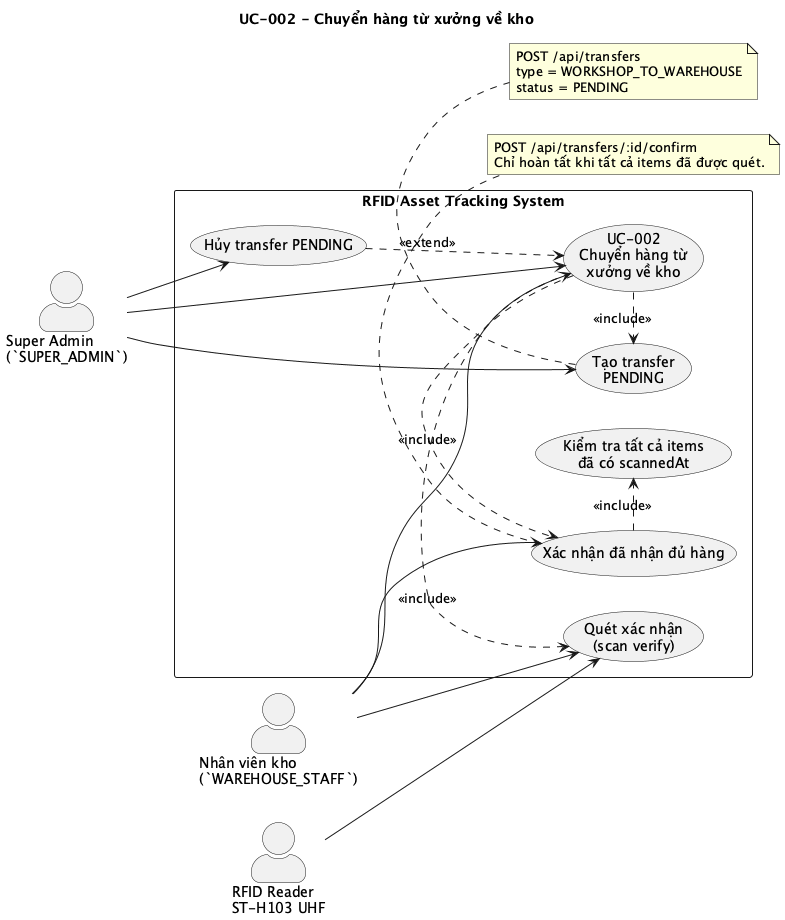
Before: docs/images/diagrams/uc-002-chuyen-hang-tu-xuong-ve-kho.png, a diagram exported from PlantUML (Tuoi-SE/rfid-app).
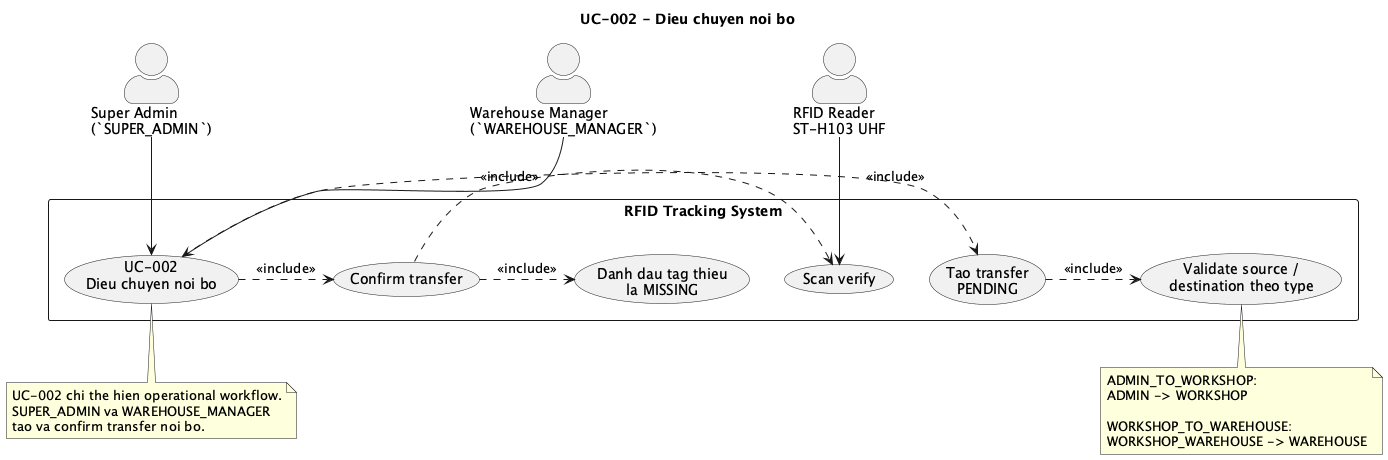
After the change.

Change to the diagram source:
```diff
@@ -1,47 +1,46 @@
 @startuml
-title UC-002 - Chuyển hàng từ xưởng về kho
+title UC-002 - Dieu chuyen noi bo
 
-left to right direction
+top to bottom direction
 skinparam shadowing false
 skinparam actorStyle awesome
 skinparam packageStyle rectangle
 
 actor "Super Admin\n(`SUPER_ADMIN`)" as SA
-actor "Nhân viên kho\n(`WAREHOUSE_STAFF`)" as WS
+actor "Warehouse Manager\n(`WAREHOUSE_MANAGER`)" as WM
 actor "RFID Reader\nST-H103 UHF" as Reader
 
-rectangle "RFID Asset Tracking System" {
-  usecase "UC-002\nChuyển hàng từ\nxưởng về kho" as Main
-  usecase "Tạo transfer\nPENDING" as CreateTransfer
-  usecase "Quét xác nhận\n(scan verify)" as ScanVerify
-  usecase "Xác nhận đã nhận đủ hàng" as ConfirmTransfer
-  usecase "Kiểm tra tất cả items\nđã có scannedAt" as ValidateScanned
-  usecase "Hủy transfer PENDING" as CancelTransfer
+rectangle "RFID Tracking System" {
+  usecase "UC-002\nDieu chuyen noi bo" as Main
+  usecase "Tao transfer\nPENDING" as CreateTransfer
+  usecase "Validate source /\ndestination theo type" as ValidateType
+  usecase "Scan verify" as ScanVerify
+  usecase "Confirm transfer" as ConfirmTransfer
+  usecase "Danh dau tag thieu\nla MISSING" as MarkMissing
 }
 
 SA --> Main
-WS --> Main
-SA --> CreateTransfer
-SA --> CancelTransfer
-WS --> ScanVerify
-WS --> ConfirmTransfer
+WM --> Main
 Reader --> ScanVerify
 
 Main .> CreateTransfer : <<include>>
-Main .> ScanVerify : <<include>>
+CreateTransfer .> ValidateType : <<include>>
 Main .> ConfirmTransfer : <<include>>
-ConfirmTransfer .> ValidateScanned : <<include>>
-CancelTransfer ..> Main : <<extend>>
+ConfirmTransfer .> ScanVerify : <<include>>
+ConfirmTransfer .> MarkMissing : <<include>>
 
-note bottom of CreateTransfer
-POST /api/transfers
-type = WORKSHOP_TO_WAREHOUSE
-status = PENDING
+note bottom of Main
+UC-002 chi the hien operational workflow.
+SUPER_ADMIN va WAREHOUSE_MANAGER
+tao va confirm transfer noi bo.
 end note
 
-note bottom of ConfirmTransfer
-POST /api/transfers/:id/confirm
-Chỉ hoàn tất khi tất cả items đã được quét.
+note bottom of ValidateType
+ADMIN_TO_WORKSHOP:
+ADMIN -> WORKSHOP
+
+WORKSHOP_TO_WAREHOUSE:
+WORKSHOP_WAREHOUSE -> WAREHOUSE
 end note
 
 @enduml
```
